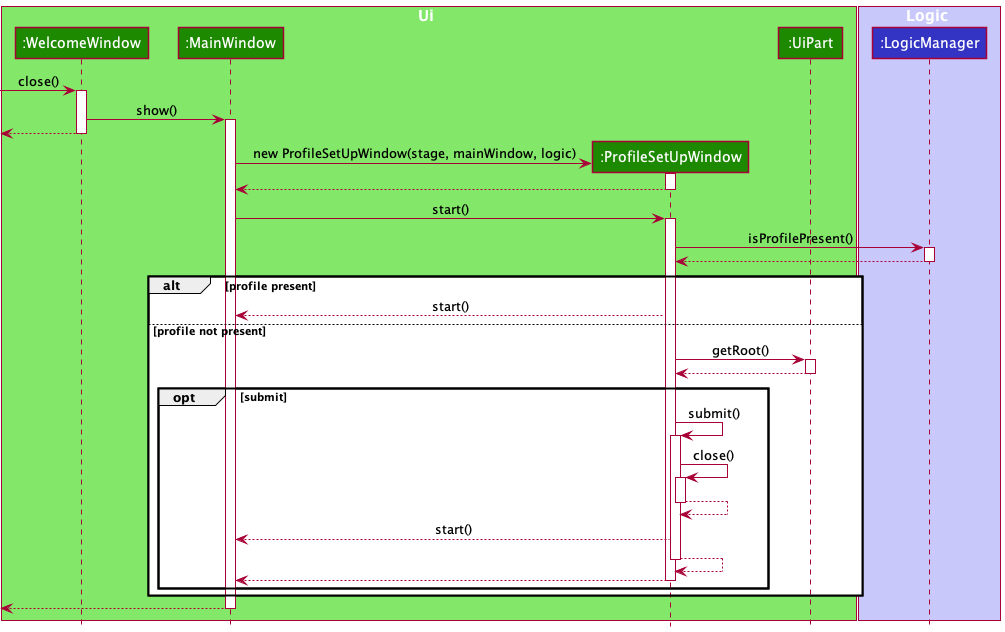
This is docs/images/ProfileSetUpWindowSequenceDiagram.png from nus-cs2103-AY2122S1/tp, a PlantUML export, as it was before one commit.
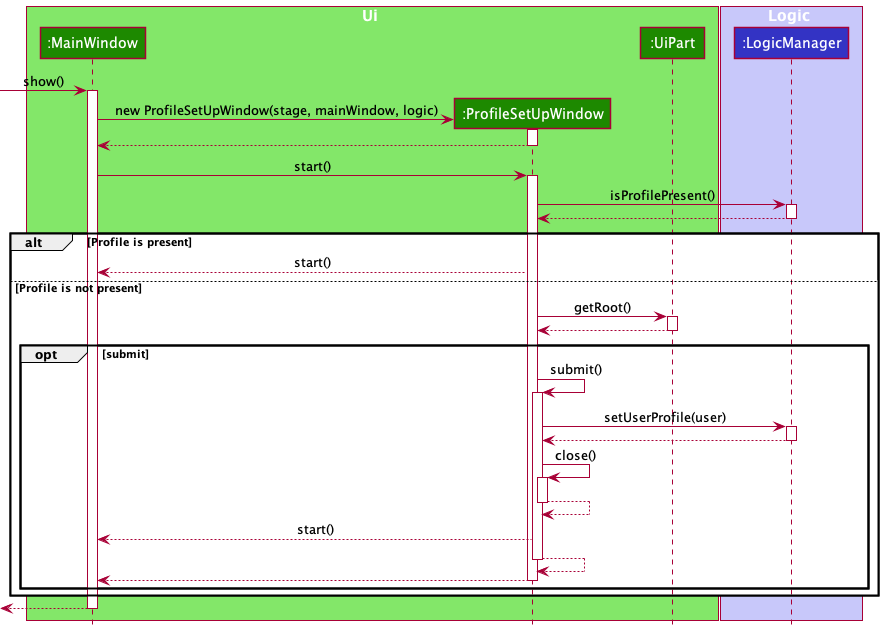
After the change.

Change to the diagram source:
```diff
@@ -2,7 +2,6 @@
 !include style.puml
 
 box Ui UI_COLOR_T1
-participant ":WelcomeWindow" as WelcomeWindow UI_COLOR
 participant ":MainWindow" as MainWindow UI_COLOR
 participant ":ProfileSetUpWindow" as ProfileSetUpWindow UI_COLOR
 participant ":UiPart" as UiPart UI_COLOR
@@ -12,14 +11,8 @@
 participant ":LogicManager" as LogicManager LOGIC_COLOR
 end box
 
-[-> WelcomeWindow : close()
-activate WelcomeWindow
-
-WelcomeWindow -> MainWindow : show()
+[-> MainWindow : show()
 activate MainWindow
-
-<-- WelcomeWindow
-deactivate WelcomeWindow
 
 create ProfileSetUpWindow
 MainWindow -> ProfileSetUpWindow : new ProfileSetUpWindow(stage, mainWindow, logic)
@@ -37,11 +30,11 @@
 LogicManager --> ProfileSetUpWindow
 deactivate LogicManager
 
-alt profile present
+alt Profile is present
 
 ProfileSetUpWindow --> MainWindow : start()
 
-else profile not present
+else Profile is not present
 
 ProfileSetUpWindow -> UiPart : getRoot()
 activate UiPart
@@ -53,6 +46,12 @@
 
 ProfileSetUpWindow -> ProfileSetUpWindow : submit()
 activate ProfileSetUpWindow
+
+ProfileSetUpWindow -> LogicManager : setUserProfile(user)
+activate LogicManager
+
+LogicManager --> ProfileSetUpWindow
+deactivate LogicManager
 
 ProfileSetUpWindow -> ProfileSetUpWindow : close()
 activate ProfileSetUpWindow
```
